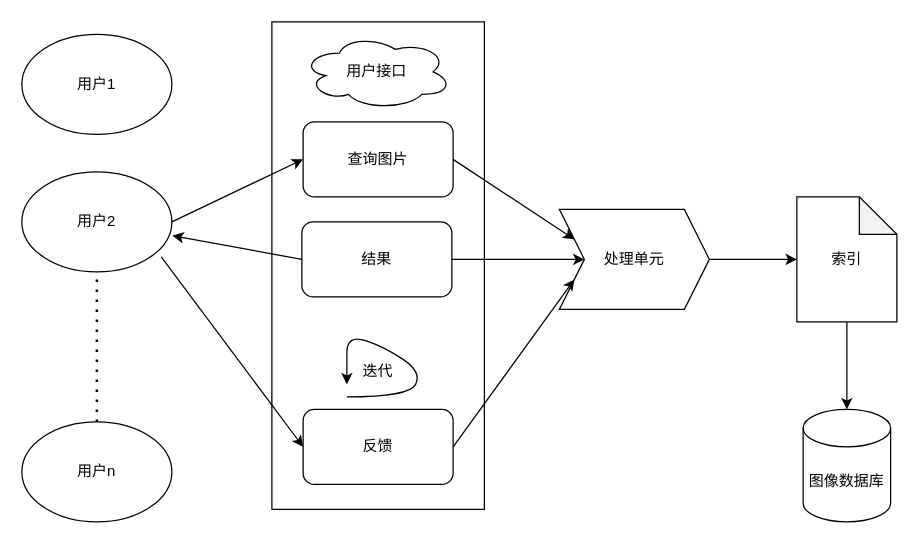
Before: Untitled Diagram.drawio in x-junkang/images, a draw.io diagram. Source tidied: cells renumbered, new cells numbered last; positions are measured from the earlier drawing's top-left corner, leaving out a move shared by most shapes. Both pictures are drawn from the tidied source at 125%, with x=0, y=0 at pixel (21, 21).
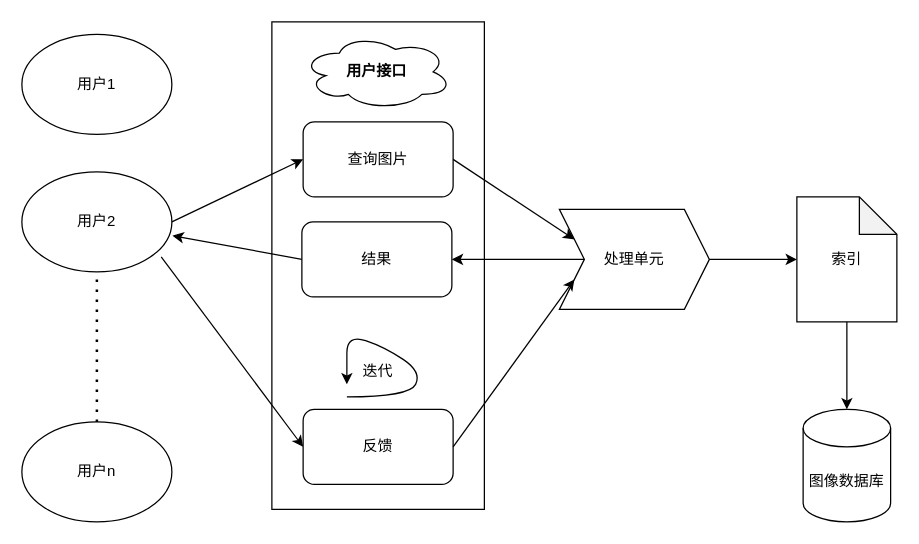
The same diagram, later.

Unchanged cells that the change refers to:
```xml
<mxCell id="10" value="结果" style="rounded=1;whiteSpace=wrap;html=1;" parent="1" vertex="1">
  <mxGeometry x="224" y="160" width="120" height="60" as="geometry" />
</mxCell>
<mxCell id="16" value="处理单元" style="shape=step;perimeter=stepPerimeter;whiteSpace=wrap;html=1;fixedSize=1;" parent="1" vertex="1">
  <mxGeometry x="430" y="150" width="120" height="80" as="geometry" />
</mxCell>
```

What changed in the source:
```diff
@@
-    <mxCell id="7" value="用户接口" style="ellipse;shape=cloud;whiteSpace=wrap;html=1;" parent="1" vertex="1">
+    <mxCell id="7" value="&lt;b&gt;用户接口&lt;/b&gt;" style="ellipse;shape=cloud;whiteSpace=wrap;html=1;" parent="1" vertex="1">
       <mxGeometry x="224" y="10" width="120" height="60" as="geometry" />
     </mxCell>
@@
-    <mxCell id="18" style="endArrow=classic;html=1;exitX=1;exitY=0.5;exitDx=0;exitDy=0;" parent="1" edge="1" source="10" target="16">
+    <mxCell id="18" style="endArrow=classic;html=1;exitX=0;exitY=0.5;exitDx=0;exitDy=0;entryX=1;entryY=0.5;entryDx=0;entryDy=0;" parent="1" edge="1" source="16" target="10">
       <mxGeometry relative="1" as="geometry" />
     </mxCell>
```
